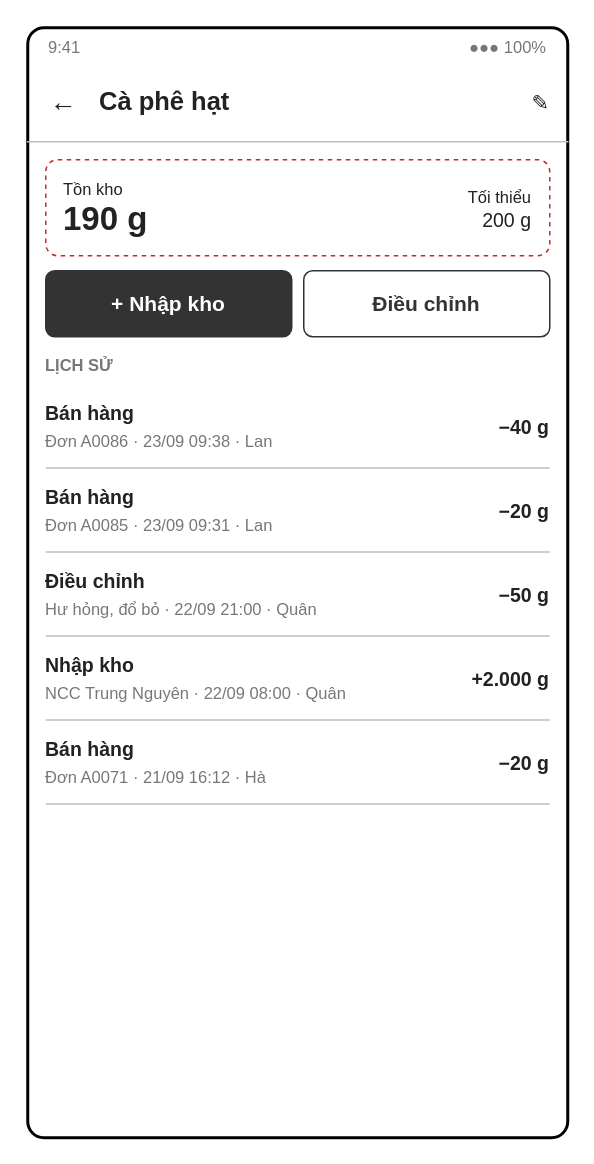
huytran303/CafeManagementSystem keeps this draw.io diagram as page "S11 Stock movement history" (14 of 30) of docs/diagrams/screen-mockups.drawio. Above is the earlier version. Source tidied: cells renumbered, new cells numbered last; positions are measured from the earlier drawing's top-left corner, leaving out a move shared by most shapes. Both pictures are drawn from the tidied source at 150%, with x=0, y=0 at pixel (27, 27).
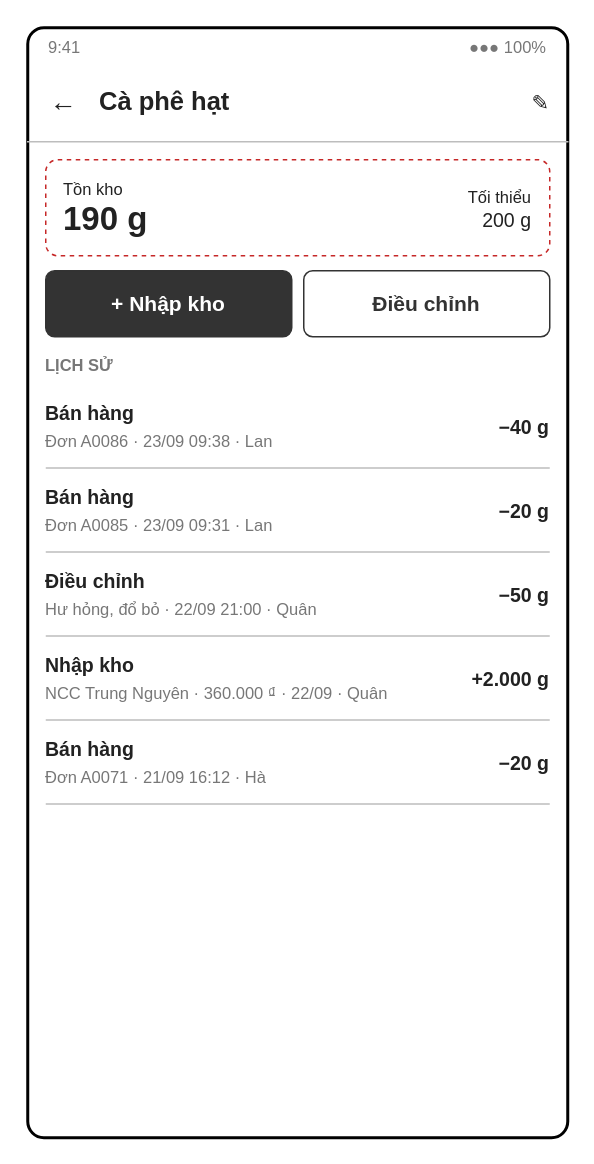
The same page after the edit.

Change to the diagram source:
```diff
@@
-    <mxCell id="27" value="NCC Trung Nguyên · 22/09 08:00 · Quân" style="html=1;whiteSpace=wrap;fontFamily=Helvetica;html=1;whiteSpace=wrap;fontFamily=Helvetica;text;strokeColor=none;fillColor=none;spacing=0;fontSize=11;fontStyle=0;fontColor=#777777;align=left;verticalAlign=middle;" parent="1" vertex="1">
+    <mxCell id="27" value="NCC Trung Nguyên · 360.000 ₫ · 22/09 · Quân" style="html=1;whiteSpace=wrap;fontFamily=Helvetica;html=1;whiteSpace=wrap;fontFamily=Helvetica;text;strokeColor=none;fillColor=none;spacing=0;fontSize=11;fontStyle=0;fontColor=#777777;align=left;verticalAlign=middle;" parent="1" vertex="1">
       <mxGeometry x="12" y="435" width="286" height="18" as="geometry" />
     </mxCell>
```
